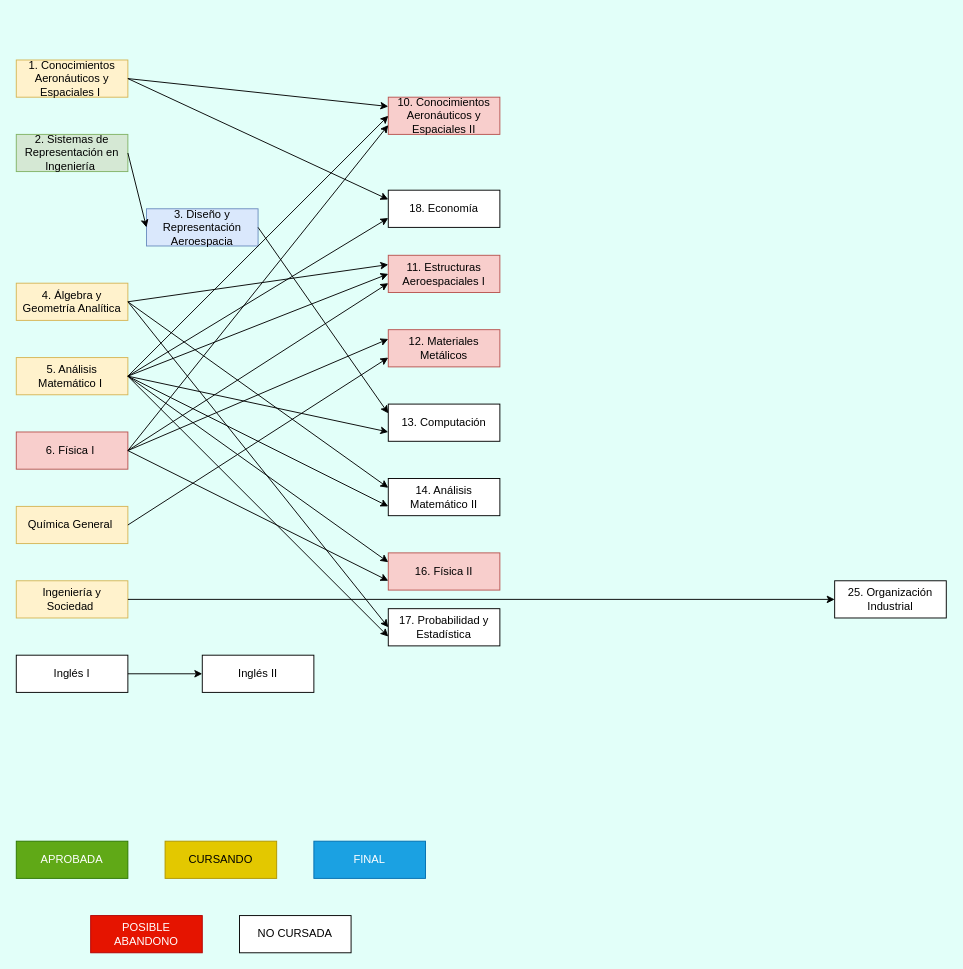
Above: Untitled Diagram.drawio in Estebanp2005/correlativasAeroUTN (draw.io), before the change. Source tidied: cells renumbered, new cells numbered last; positions are measured from the earlier drawing's top-left corner, leaving out a move shared by most shapes. Both pictures are drawn from the tidied source at 93%, with x=0, y=0 at pixel (16, 60).
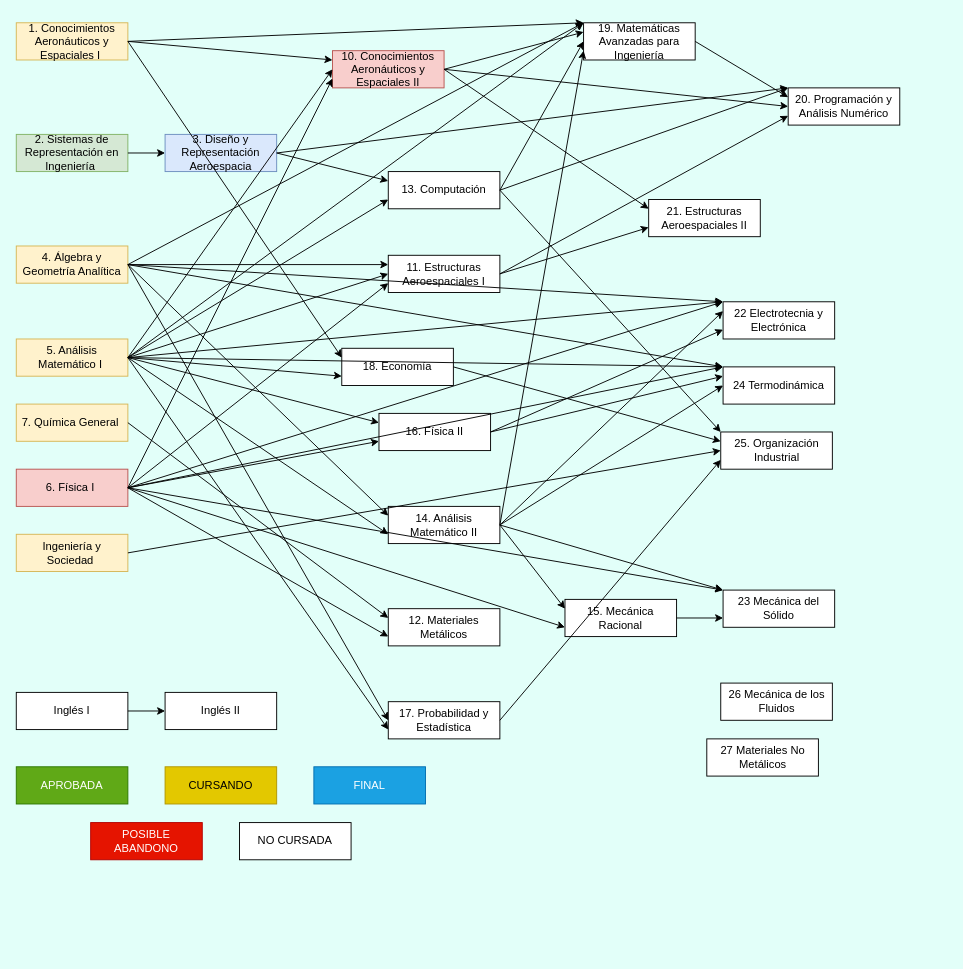
The same page after the edit.

Diff of the diagram source:
```diff
@@
     <mxCell id="2" value="1. Conocimientos Aeronáuticos y&lt;br&gt;Espaciales I&amp;nbsp;" style="rounded=0;whiteSpace=wrap;html=1;fillColor=#fff2cc;strokeColor=#d6b656;" parent="1" vertex="1">
-      <mxGeometry width="120" height="40" as="geometry" />
+      <mxGeometry y="-40" width="120" height="40" as="geometry" />
     </mxCell>
@@
     <mxCell id="4" value="3. Diseño y Representación Aeroespacia" style="rounded=0;whiteSpace=wrap;html=1;fillColor=#dae8fc;strokeColor=#6c8ebf;" parent="1" vertex="1">
-      <mxGeometry x="140" y="160" width="120" height="40" as="geometry" />
+      <mxGeometry x="160" y="80" width="120" height="40" as="geometry" />
     </mxCell>
     <mxCell id="5" value="4.&lt;span style=&quot;background-color: transparent; color: light-dark(rgb(0, 0, 0), rgb(255, 255, 255));&quot;&gt;&amp;nbsp;Álgebra y Geometría Analítica&lt;/span&gt;" style="rounded=0;whiteSpace=wrap;html=1;fillColor=#fff2cc;strokeColor=#d6b656;" parent="1" vertex="1">
-      <mxGeometry y="240" width="120" height="40" as="geometry" />
+      <mxGeometry y="200" width="120" height="40" as="geometry" />
     </mxCell>
     <mxCell id="6" value="5. Análisis Matemático I&amp;nbsp;" style="rounded=0;whiteSpace=wrap;html=1;fillColor=#fff2cc;strokeColor=#d6b656;" parent="1" vertex="1">
-      <mxGeometry y="320" width="120" height="40" as="geometry" />
+      <mxGeometry y="300" width="120" height="40" as="geometry" />
     </mxCell>
     <mxCell id="7" value="6. Física I&amp;nbsp;" style="rounded=0;whiteSpace=wrap;html=1;fillColor=#f8cecc;strokeColor=#b85450;" parent="1" vertex="1">
-      <mxGeometry y="400" width="120" height="40" as="geometry" />
+      <mxGeometry y="440" width="120" height="40" as="geometry" />
     </mxCell>
-    <mxCell id="8" value="Química General&amp;nbsp;" style="rounded=0;whiteSpace=wrap;html=1;fillColor=#fff2cc;strokeColor=#d6b656;" parent="1" vertex="1">
-      <mxGeometry y="480" width="120" height="40" as="geometry" />
+    <mxCell id="8" value="7. Química General&amp;nbsp;" style="rounded=0;whiteSpace=wrap;html=1;fillColor=#fff2cc;strokeColor=#d6b656;" parent="1" vertex="1">
+      <mxGeometry y="370" width="120" height="40" as="geometry" />
     </mxCell>
     <mxCell id="9" value="Ingeniería y Sociedad&amp;nbsp;" style="rounded=0;whiteSpace=wrap;html=1;fillColor=#fff2cc;strokeColor=#d6b656;" parent="1" vertex="1">
-      <mxGeometry y="560" width="120" height="40" as="geometry" />
+      <mxGeometry y="510" width="120" height="40" as="geometry" />
     </mxCell>
     <mxCell id="10" value="Inglés I" style="rounded=0;whiteSpace=wrap;html=1;" parent="1" vertex="1">
-      <mxGeometry y="640" width="120" height="40" as="geometry" />
+      <mxGeometry y="680" width="120" height="40" as="geometry" />
     </mxCell>
     <mxCell id="11" value="Inglés II " style="rounded=0;whiteSpace=wrap;html=1;" parent="1" vertex="1">
-      <mxGeometry x="200" y="640" width="120" height="40" as="geometry" />
+      <mxGeometry x="160" y="680" width="120" height="40" as="geometry" />
     </mxCell>
@@
     <mxCell id="13" value="10. Conocimientos Aeronáuticos y&lt;br&gt;Espaciales II" style="rounded=0;whiteSpace=wrap;html=1;fillColor=#f8cecc;strokeColor=#b85450;" parent="1" vertex="1">
-      <mxGeometry x="400" y="40" width="120" height="40" as="geometry" />
+      <mxGeometry x="340" y="-10" width="120" height="40" as="geometry" />
     </mxCell>
-    <mxCell id="14" value="11. Estructuras Aeroespaciales I" style="rounded=0;whiteSpace=wrap;html=1;fillColor=#f8cecc;strokeColor=#b85450;" parent="1" vertex="1">
+    <mxCell id="14" value="11. Estructuras Aeroespaciales I" style="rounded=0;whiteSpace=wrap;html=1;" parent="1" vertex="1">
       <mxGeometry x="400" y="210" width="120" height="40" as="geometry" />
     </mxCell>
@@
     <mxCell id="19" value="25. Organización Industrial" style="rounded=0;whiteSpace=wrap;html=1;" parent="1" vertex="1">
-      <mxGeometry x="880" y="560" width="120" height="40" as="geometry" />
+      <mxGeometry x="757.5" y="400" width="120" height="40" as="geometry" />
     </mxCell>
-    <mxCell id="20" value="12. Materiales Metálicos " style="rounded=0;whiteSpace=wrap;html=1;fillColor=#f8cecc;strokeColor=#b85450;" parent="1" vertex="1">
-      <mxGeometry x="400" y="290" width="120" height="40" as="geometry" />
+    <mxCell id="20" value="12. Materiales Metálicos " style="rounded=0;whiteSpace=wrap;html=1;" parent="1" vertex="1">
+      <mxGeometry x="400" y="590" width="120" height="40" as="geometry" />
     </mxCell>
     <mxCell id="21" value="13. Computación" style="rounded=0;whiteSpace=wrap;html=1;" parent="1" vertex="1">
-      <mxGeometry x="400" y="370" width="120" height="40" as="geometry" />
+      <mxGeometry x="400" y="120" width="120" height="40" as="geometry" />
     </mxCell>
     <mxCell id="22" value="14. Análisis Matemático II " style="rounded=0;whiteSpace=wrap;html=1;" parent="1" vertex="1">
-      <mxGeometry x="400" y="450" width="120" height="40" as="geometry" />
+      <mxGeometry x="400" y="480" width="120" height="40" as="geometry" />
     </mxCell>
-    <mxCell id="23" value="16. Física II " style="rounded=0;whiteSpace=wrap;html=1;fillColor=#f8cecc;strokeColor=#b85450;" parent="1" vertex="1">
-      <mxGeometry x="400" y="530" width="120" height="40" as="geometry" />
+    <mxCell id="23" value="16. Física II " style="rounded=0;whiteSpace=wrap;html=1;" parent="1" vertex="1">
+      <mxGeometry x="390" y="380" width="120" height="40" as="geometry" />
     </mxCell>
     <mxCell id="24" value="18. Economía" style="rounded=0;whiteSpace=wrap;html=1;" parent="1" vertex="1">
-      <mxGeometry x="400" y="140" width="120" height="40" as="geometry" />
+      <mxGeometry x="350" y="310" width="120" height="40" as="geometry" />
     </mxCell>
-    <mxCell id="25" style="endArrow=classic;html=1;rounded=0;exitX=1;exitY=0.5;exitDx=0;exitDy=0;entryX=0;entryY=0.25;entryDx=0;entryDy=0;" parent="1" edge="1" source="7" target="20">
+    <mxCell id="25" style="endArrow=classic;html=1;rounded=0;exitX=1;exitY=0.5;exitDx=0;exitDy=0;entryX=0;entryY=0.75;entryDx=0;entryDy=0;" parent="1" edge="1" source="7" target="20">
       <mxGeometry relative="1" as="geometry" />
     </mxCell>
-    <mxCell id="26" style="endArrow=classic;html=1;rounded=0;exitX=1;exitY=0.5;exitDx=0;exitDy=0;entryX=0;entryY=0.75;entryDx=0;entryDy=0;" parent="1" edge="1" source="8" target="20">
+    <mxCell id="26" style="endArrow=classic;html=1;rounded=0;exitX=1;exitY=0.5;exitDx=0;exitDy=0;entryX=0;entryY=0.25;entryDx=0;entryDy=0;" parent="1" edge="1" source="8" target="20">
       <mxGeometry relative="1" as="geometry" />
     </mxCell>
@@
     <mxCell id="35" value="17. Probabilidad y Estadística" style="rounded=0;whiteSpace=wrap;html=1;" parent="1" vertex="1">
-      <mxGeometry x="400" y="590" width="120" height="40" as="geometry" />
+      <mxGeometry x="400" y="690" width="120" height="40" as="geometry" />
     </mxCell>
@@
     <mxCell id="42" value="CURSANDO" style="rounded=0;whiteSpace=wrap;html=1;fillColor=#e3c800;fontColor=#000000;strokeColor=#B09500;" parent="1" vertex="1">
-      <mxGeometry x="160" y="840" width="120" height="40" as="geometry" />
+      <mxGeometry x="160" y="760" width="120" height="40" as="geometry" />
     </mxCell>
     <mxCell id="43" value="FINAL" style="rounded=0;whiteSpace=wrap;html=1;fillColor=#1ba1e2;fontColor=#ffffff;strokeColor=#006EAF;" parent="1" vertex="1">
-      <mxGeometry x="320" y="840" width="120" height="40" as="geometry" />
+      <mxGeometry x="320" y="760" width="120" height="40" as="geometry" />
     </mxCell>
     <mxCell id="44" value="APROBADA" style="rounded=0;whiteSpace=wrap;html=1;fillColor=#60a917;fontColor=#ffffff;strokeColor=#2D7600;" parent="1" vertex="1">
-      <mxGeometry y="840" width="120" height="40" as="geometry" />
+      <mxGeometry y="760" width="120" height="40" as="geometry" />
     </mxCell>
     <mxCell id="45" value="NO CURSADA" style="rounded=0;whiteSpace=wrap;html=1;" parent="1" vertex="1">
-      <mxGeometry x="240" y="920" width="120" height="40" as="geometry" />
+      <mxGeometry x="240" y="820" width="120" height="40" as="geometry" />
     </mxCell>
     <mxCell id="46" value="POSIBLE ABANDONO" style="rounded=0;whiteSpace=wrap;html=1;fillColor=#e51400;fontColor=#ffffff;strokeColor=#B20000;" parent="1" vertex="1">
-      <mxGeometry x="80" y="920" width="120" height="40" as="geometry" />
+      <mxGeometry x="80" y="820" width="120" height="40" as="geometry" />
     </mxCell>
+    <mxCell id="47" value="19. Matemáticas Avanzadas para &lt;br/&gt;Ingeniería" style="rounded=0;whiteSpace=wrap;html=1;" parent="1" vertex="1">
+      <mxGeometry x="610" y="-40" width="120" height="40" as="geometry" />
+    </mxCell>
+    <mxCell id="48" value="20. Programación y Análisis Numérico" style="rounded=0;whiteSpace=wrap;html=1;" parent="1" vertex="1">
+      <mxGeometry x="830" y="30" width="120" height="40" as="geometry" />
+    </mxCell>
+    <mxCell id="49" value="21. Estructuras Aeroespaciales II " style="rounded=0;whiteSpace=wrap;html=1;" parent="1" vertex="1">
+      <mxGeometry x="680" y="150" width="120" height="40" as="geometry" />
+    </mxCell>
+    <mxCell id="50" value="22 Electrotecnia y Electrónica" style="rounded=0;whiteSpace=wrap;html=1;" parent="1" vertex="1">
+      <mxGeometry x="760" y="260" width="120" height="40" as="geometry" />
+    </mxCell>
+    <mxCell id="51" value="23 Mecánica del Sólido" style="rounded=0;whiteSpace=wrap;html=1;" parent="1" vertex="1">
+      <mxGeometry x="760" y="570" width="120" height="40" as="geometry" />
+    </mxCell>
+    <mxCell id="52" value="26 Mecánica de los Fluidos" style="rounded=0;whiteSpace=wrap;html=1;" parent="1" vertex="1">
+      <mxGeometry x="757.5" y="670" width="120" height="40" as="geometry" />
+    </mxCell>
+    <mxCell id="53" value="15. Mecánica Racional " style="rounded=0;whiteSpace=wrap;html=1;" parent="1" vertex="1">
+      <mxGeometry x="590" y="580" width="120" height="40" as="geometry" />
+    </mxCell>
+    <mxCell id="54" value="27 Materiales No Metálicos " style="rounded=0;whiteSpace=wrap;html=1;" parent="1" vertex="1">
+      <mxGeometry x="742.5" y="730" width="120" height="40" as="geometry" />
+    </mxCell>
+    <mxCell id="55" value="24 Termodinámica" style="rounded=0;whiteSpace=wrap;html=1;" parent="1" vertex="1">
+      <mxGeometry x="760" y="330" width="120" height="40" as="geometry" />
+    </mxCell>
+    <mxCell id="56" style="endArrow=classic;html=1;rounded=0;exitX=1;exitY=0.5;exitDx=0;exitDy=0;entryX=0;entryY=0;entryDx=0;entryDy=0;" parent="1" edge="1" source="21" target="19">
+      <mxGeometry relative="1" as="geometry" />
+    </mxCell>
+    <mxCell id="57" style="endArrow=classic;html=1;rounded=0;exitX=1;exitY=0.5;exitDx=0;exitDy=0;entryX=0;entryY=0.75;entryDx=0;entryDy=0;" parent="1" edge="1" source="35" target="19">
+      <mxGeometry relative="1" as="geometry" />
+    </mxCell>
+    <mxCell id="58" style="endArrow=classic;html=1;rounded=0;exitX=1;exitY=0.5;exitDx=0;exitDy=0;entryX=0;entryY=0.25;entryDx=0;entryDy=0;" parent="1" edge="1" source="24" target="19">
+      <mxGeometry relative="1" as="geometry" />
+    </mxCell>
+    <mxCell id="59" style="endArrow=classic;html=1;rounded=0;exitX=1;exitY=0.5;exitDx=0;exitDy=0;entryX=0;entryY=0;entryDx=0;entryDy=0;" parent="1" edge="1" source="2" target="47">
+      <mxGeometry relative="1" as="geometry" />
+    </mxCell>
+    <mxCell id="60" style="endArrow=classic;html=1;rounded=0;exitX=1;exitY=0.5;exitDx=0;exitDy=0;entryX=0;entryY=0;entryDx=0;entryDy=0;" parent="1" edge="1" source="5" target="47">
+      <mxGeometry relative="1" as="geometry" />
+    </mxCell>
+    <mxCell id="61" style="endArrow=classic;html=1;rounded=0;exitX=1;exitY=0.5;exitDx=0;exitDy=0;entryX=0;entryY=0;entryDx=0;entryDy=0;" parent="1" edge="1" source="6" target="47">
+      <mxGeometry relative="1" as="geometry" />
+    </mxCell>
+    <mxCell id="62" style="endArrow=classic;html=1;rounded=0;exitX=1;exitY=0.5;exitDx=0;exitDy=0;entryX=0;entryY=0.25;entryDx=0;entryDy=0;" parent="1" edge="1" source="13" target="47">
+      <mxGeometry relative="1" as="geometry" />
+    </mxCell>
+    <mxCell id="63" style="endArrow=classic;html=1;rounded=0;exitX=1;exitY=0.5;exitDx=0;exitDy=0;entryX=0;entryY=0.5;entryDx=0;entryDy=0;" parent="1" edge="1" source="21" target="47">
+      <mxGeometry relative="1" as="geometry" />
+    </mxCell>
+    <mxCell id="64" style="endArrow=classic;html=1;rounded=0;exitX=1;exitY=0.5;exitDx=0;exitDy=0;entryX=0;entryY=0.75;entryDx=0;entryDy=0;" parent="1" edge="1" source="22" target="47">
+      <mxGeometry relative="1" as="geometry" />
+    </mxCell>
+    <mxCell id="65" style="endArrow=classic;html=1;rounded=0;exitX=1;exitY=0.5;exitDx=0;exitDy=0;entryX=0;entryY=0;entryDx=0;entryDy=0;" parent="1" edge="1" source="4" target="48">
+      <mxGeometry relative="1" as="geometry" />
+    </mxCell>
+    <mxCell id="66" style="endArrow=classic;html=1;rounded=0;exitX=1;exitY=0.5;exitDx=0;exitDy=0;entryX=0;entryY=0;entryDx=0;entryDy=0;" parent="1" edge="1" source="21" target="48">
+      <mxGeometry relative="1" as="geometry" />
+    </mxCell>
+    <mxCell id="67" style="endArrow=classic;html=1;rounded=0;exitX=1;exitY=0.5;exitDx=0;exitDy=0;entryX=0;entryY=0.5;entryDx=0;entryDy=0;" parent="1" edge="1" source="13" target="48">
+      <mxGeometry relative="1" as="geometry" />
+    </mxCell>
+    <mxCell id="68" style="endArrow=classic;html=1;rounded=0;exitX=1;exitY=0.5;exitDx=0;exitDy=0;entryX=0;entryY=0.75;entryDx=0;entryDy=0;" parent="1" edge="1" source="14" target="48">
+      <mxGeometry relative="1" as="geometry" />
+    </mxCell>
+    <mxCell id="69" style="endArrow=classic;html=1;rounded=0;exitX=1;exitY=0.5;exitDx=0;exitDy=0;entryX=0;entryY=0.25;entryDx=0;entryDy=0;" parent="1" edge="1" source="47" target="48">
+      <mxGeometry relative="1" as="geometry" />
+    </mxCell>
+    <mxCell id="70" style="endArrow=classic;html=1;rounded=0;exitX=1;exitY=0.5;exitDx=0;exitDy=0;entryX=0;entryY=0.25;entryDx=0;entryDy=0;" parent="1" edge="1" source="13" target="49">
+      <mxGeometry relative="1" as="geometry" />
+    </mxCell>
+    <mxCell id="71" style="endArrow=classic;html=1;rounded=0;exitX=1;exitY=0.5;exitDx=0;exitDy=0;entryX=0;entryY=0.75;entryDx=0;entryDy=0;" parent="1" edge="1" source="14" target="49">
+      <mxGeometry relative="1" as="geometry" />
+    </mxCell>
+    <mxCell id="72" style="endArrow=classic;html=1;rounded=0;exitX=1;exitY=0.5;exitDx=0;exitDy=0;entryX=0;entryY=0;entryDx=0;entryDy=0;" parent="1" edge="1" source="5" target="50">
+      <mxGeometry relative="1" as="geometry" />
+    </mxCell>
+    <mxCell id="73" style="endArrow=classic;html=1;rounded=0;exitX=1;exitY=0.5;exitDx=0;exitDy=0;entryX=0;entryY=0;entryDx=0;entryDy=0;" parent="1" edge="1" source="6" target="50">
+      <mxGeometry relative="1" as="geometry" />
+    </mxCell>
+    <mxCell id="74" style="endArrow=classic;html=1;rounded=0;exitX=1;exitY=0.5;exitDx=0;exitDy=0;entryX=0;entryY=0;entryDx=0;entryDy=0;" parent="1" edge="1" source="7" target="50">
+      <mxGeometry relative="1" as="geometry" />
+    </mxCell>
+    <mxCell id="75" style="endArrow=classic;html=1;rounded=0;exitX=1;exitY=0.5;exitDx=0;exitDy=0;entryX=0;entryY=0.25;entryDx=0;entryDy=0;" parent="1" edge="1" source="22" target="50">
+      <mxGeometry relative="1" as="geometry" />
+    </mxCell>
+    <mxCell id="76" style="endArrow=classic;html=1;rounded=0;exitX=1;exitY=0.5;exitDx=0;exitDy=0;entryX=0;entryY=0.75;entryDx=0;entryDy=0;" parent="1" edge="1" source="23" target="50">
+      <mxGeometry relative="1" as="geometry" />
+    </mxCell>
+    <mxCell id="77" style="endArrow=classic;html=1;rounded=0;exitX=1;exitY=0.5;exitDx=0;exitDy=0;entryX=0;entryY=0;entryDx=0;entryDy=0;" parent="1" edge="1" source="7" target="51">
+      <mxGeometry relative="1" as="geometry" />
+    </mxCell>
+    <mxCell id="78" style="endArrow=classic;html=1;rounded=0;exitX=1;exitY=0.5;exitDx=0;exitDy=0;entryX=0;entryY=0;entryDx=0;entryDy=0;" parent="1" edge="1" source="22" target="51">
+      <mxGeometry relative="1" as="geometry" />
+    </mxCell>
+    <mxCell id="79" style="endArrow=classic;html=1;rounded=0;exitX=1;exitY=0.5;exitDx=0;exitDy=0;entryX=0;entryY=0.75;entryDx=0;entryDy=0;" parent="1" edge="1" source="7" target="53">
+      <mxGeometry relative="1" as="geometry" />
+    </mxCell>
+    <mxCell id="80" style="endArrow=classic;html=1;rounded=0;exitX=1;exitY=0.5;exitDx=0;exitDy=0;entryX=0;entryY=0.25;entryDx=0;entryDy=0;" parent="1" edge="1" source="22" target="53">
+      <mxGeometry relative="1" as="geometry" />
+    </mxCell>
+    <mxCell id="81" style="endArrow=classic;html=1;rounded=0;exitX=1;exitY=0.5;exitDx=0;exitDy=0;entryX=0;entryY=0.75;entryDx=0;entryDy=0;" parent="1" edge="1" source="53" target="51">
+      <mxGeometry relative="1" as="geometry" />
+    </mxCell>
+    <mxCell id="82" style="endArrow=classic;html=1;rounded=0;exitX=1;exitY=0.5;exitDx=0;exitDy=0;entryX=0;entryY=0;entryDx=0;entryDy=0;" parent="1" edge="1" source="5" target="55">
+      <mxGeometry relative="1" as="geometry" />
+    </mxCell>
+    <mxCell id="83" style="endArrow=classic;html=1;rounded=0;exitX=1;exitY=0.5;exitDx=0;exitDy=0;entryX=0;entryY=0;entryDx=0;entryDy=0;" parent="1" edge="1" source="6" target="55">
+      <mxGeometry relative="1" as="geometry" />
+    </mxCell>
+    <mxCell id="84" style="endArrow=classic;html=1;rounded=0;exitX=1;exitY=0.5;exitDx=0;exitDy=0;entryX=0;entryY=0;entryDx=0;entryDy=0;" parent="1" edge="1" source="7" target="55">
+      <mxGeometry relative="1" as="geometry" />
+    </mxCell>
+    <mxCell id="85" style="endArrow=classic;html=1;rounded=0;exitX=1;exitY=0.5;exitDx=0;exitDy=0;entryX=0;entryY=0.5;entryDx=0;entryDy=0;" parent="1" edge="1" source="22" target="55">
+      <mxGeometry relative="1" as="geometry" />
+    </mxCell>
+    <mxCell id="86" style="endArrow=classic;html=1;rounded=0;entryX=0;entryY=0.25;entryDx=0;entryDy=0;exitX=1;exitY=0.5;exitDx=0;exitDy=0;" parent="1" edge="1" source="23" target="55">
+      <mxGeometry relative="1" as="geometry" />
+    </mxCell>
```
